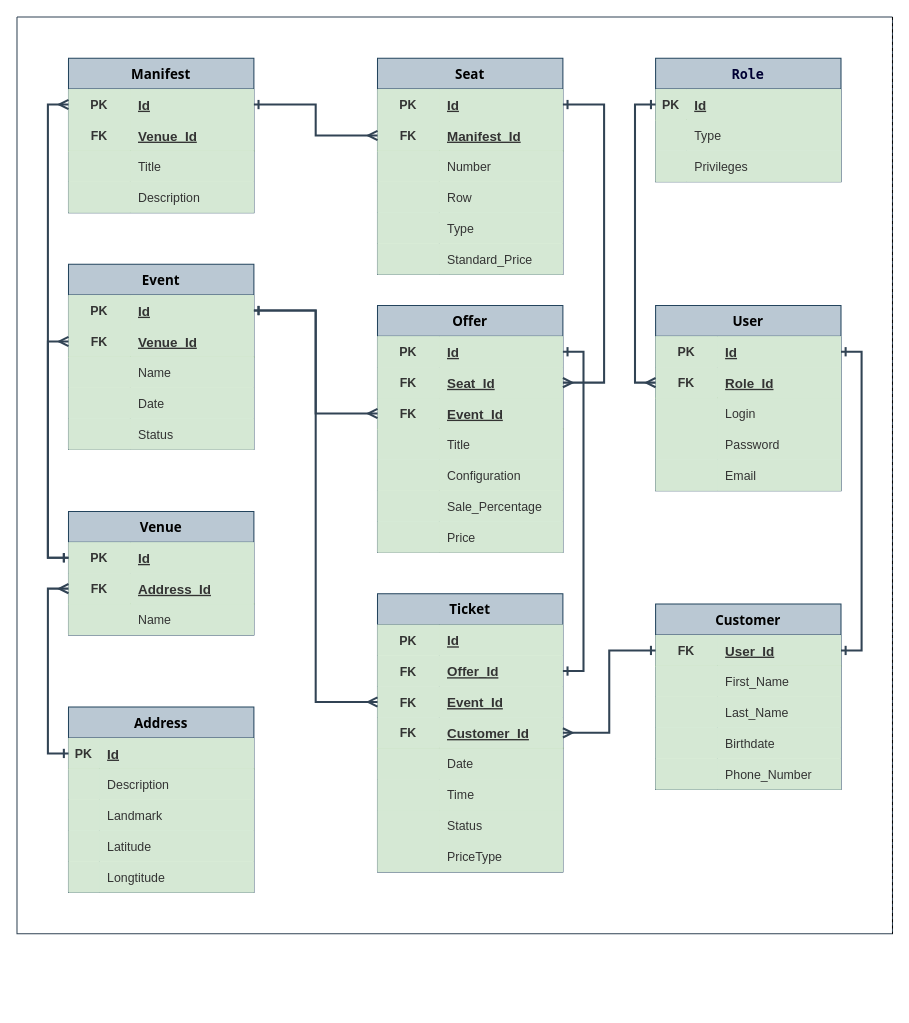
Above: SQL/Ticket_System_ERD.drawio in Mirazyz/.net-intermediate-practice (draw.io), before the change. Source tidied: cells renumbered, new cells numbered last; positions are measured from the earlier drawing's top-left corner, leaving out a move shared by most shapes. Both pictures are drawn from the tidied source at 103%, with x=0, y=0 at pixel (16, 16).
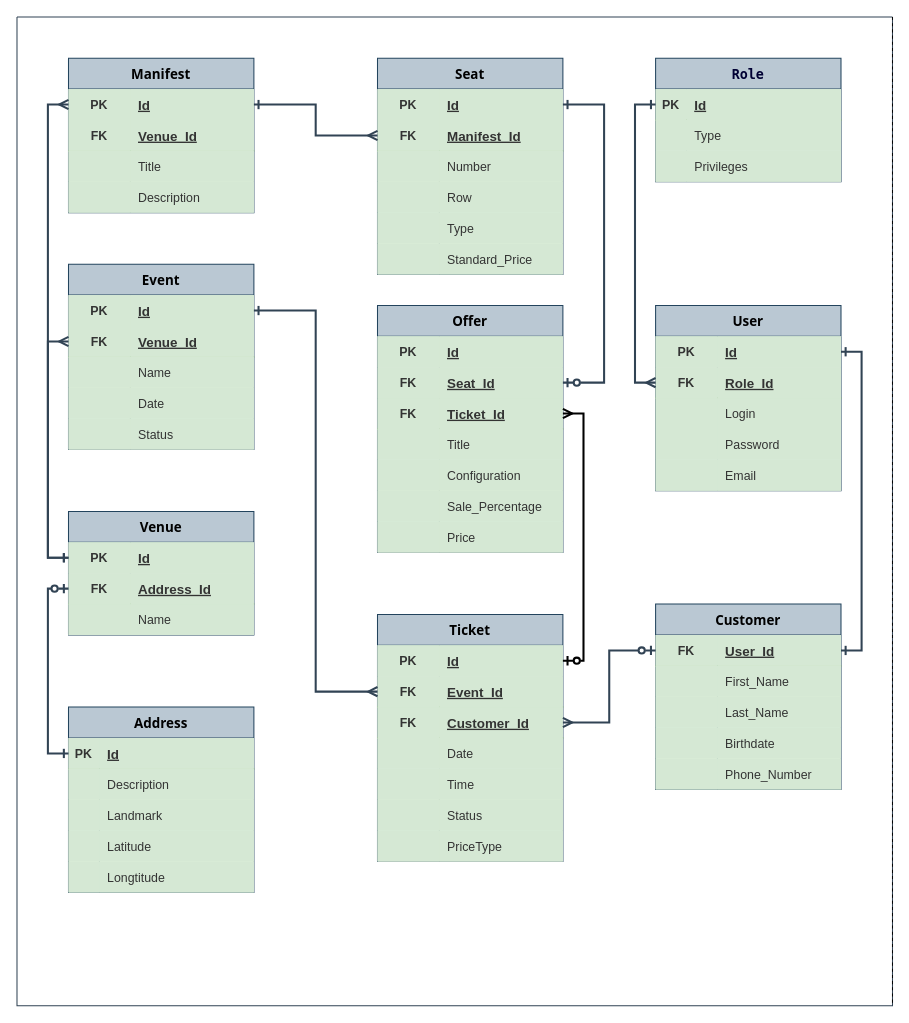
The same page after the edit.

Commit message (it also covers changes not shown here):
update database diagram

Unchanged cells that the change refers to:
```xml
<mxCell id="4" style="shape=tableRow;horizontal=0;startSize=0;swimlaneHead=0;swimlaneBody=0;points=[[0,0.5],[1,0.5]];portConstraint=eastwest;top=0;left=0;right=0;bottom=0;fillColor=#d5e8d4;strokeColor=#82b366;fontColor=#333333;" parent="3" vertex="1">
  <mxGeometry y="30" width="180" height="30" as="geometry" />
</mxCell>
<mxCell id="7" style="shape=tableRow;horizontal=0;startSize=0;swimlaneHead=0;swimlaneBody=0;points=[[0,0.5],[1,0.5]];portConstraint=eastwest;top=0;left=0;right=0;bottom=0;fillColor=#d5e8d4;strokeColor=#82b366;fontColor=#333333;" parent="3" vertex="1">
  <mxGeometry y="60" width="180" height="30" as="geometry" />
</mxCell>
<mxCell id="10" style="shape=tableRow;horizontal=0;startSize=0;swimlaneHead=0;swimlaneBody=0;points=[[0,0.5],[1,0.5]];portConstraint=eastwest;top=0;left=0;right=0;bottom=1;fillColor=#d5e8d4;strokeColor=#82b366;fontColor=#333333;" parent="3" vertex="1">
  <mxGeometry y="90" width="180" height="30" as="geometry" />
</mxCell>
<mxCell id="29" style="shape=tableRow;horizontal=0;startSize=0;swimlaneHead=0;swimlaneBody=0;points=[[0,0.5],[1,0.5]];portConstraint=eastwest;top=0;left=0;right=0;bottom=1;fillColor=#d5e8d4;strokeColor=#82b366;fontColor=#333333;" parent="25" vertex="1">
  <mxGeometry y="60" width="180" height="30" as="geometry" />
</mxCell>
<mxCell id="36" style="shape=tableRow;horizontal=0;startSize=0;swimlaneHead=0;swimlaneBody=0;points=[[0,0.5],[1,0.5]];portConstraint=eastwest;top=0;left=0;right=0;bottom=0;fillColor=#d5e8d4;strokeColor=#82b366;fontColor=#333333;" parent="35" vertex="1">
  <mxGeometry y="30" width="180" height="30" as="geometry" />
</mxCell>
<mxCell id="61" style="shape=tableRow;horizontal=0;startSize=0;swimlaneHead=0;swimlaneBody=0;points=[[0,0.5],[1,0.5]];portConstraint=eastwest;top=0;left=0;right=0;bottom=0;fillColor=#d5e8d4;strokeColor=#82b366;fontColor=#333333;" parent="60" vertex="1">
  <mxGeometry y="30" width="180" height="30" as="geometry" />
</mxCell>
<mxCell id="80" style="shape=tableRow;horizontal=0;startSize=0;swimlaneHead=0;swimlaneBody=0;points=[[0,0.5],[1,0.5]];portConstraint=eastwest;top=0;left=0;right=0;bottom=1;fillColor=#d5e8d4;strokeColor=#82b366;fontColor=#333333;" parent="79" vertex="1">
  <mxGeometry y="30" width="180" height="30" as="geometry" />
</mxCell>
<mxCell id="96" style="shape=tableRow;horizontal=0;startSize=0;swimlaneHead=0;swimlaneBody=0;points=[[0,0.5],[1,0.5]];portConstraint=eastwest;top=0;left=0;right=0;bottom=0;fillColor=#d5e8d4;strokeColor=#82b366;fontColor=#333333;" parent="95" vertex="1">
  <mxGeometry y="30" width="180" height="30" as="geometry" />
</mxCell>
<mxCell id="125" style="shape=tableRow;horizontal=1;startSize=0;swimlaneHead=0;swimlaneBody=0;points=[[0,0.5],[1,0.5]];portConstraint=eastwest;top=0;left=0;right=0;bottom=1;fillColor=#d5e8d4;strokeColor=#82b366;fontColor=#333333;separatorColor=#050505;" parent="124" vertex="1">
  <mxGeometry y="30" width="180" height="30" as="geometry" />
</mxCell>
```

The edit, as a diff of the source:
```diff
@@
     <mxCell id="2" style="swimlane;startSize=0;fillColor=#647687;strokeColor=#314354;fontColor=#ffffff;separatorColor=#050505;" parent="1" vertex="1">
-      <mxGeometry width="850" height="890" as="geometry" />
+      <mxGeometry width="850" height="960" as="geometry" />
     </mxCell>
@@
-    <mxCell id="11" value="FK" style="shape=partialRectangle;top=0;left=0;bottom=0;right=0;fontStyle=1;overflow=hidden;fillColor=#d5e8d4;strokeColor=#82b366;fontColor=#333333;" parent="10" vertex="1">
-      <mxGeometry width="60" height="30" as="geometry" />
-    </mxCell>
-    <mxCell id="12" value="Event_Id" style="shape=partialRectangle;top=0;left=0;bottom=0;right=0;align=left;spacingLeft=6;fontStyle=5;overflow=hidden;fillColor=#d5e8d4;strokeColor=#82b366;fontColor=#333333;fontSize=13;" parent="10" vertex="1">
-      <mxGeometry x="60" width="120" height="30" as="geometry" />
-    </mxCell>
+    <mxCell id="177" value="FK" style="shape=partialRectangle;top=0;left=0;bottom=0;right=0;fontStyle=1;overflow=hidden;fillColor=#d5e8d4;strokeColor=#82b366;fontColor=#333333;" parent="10" vertex="1">
+      <mxGeometry width="60" height="30" as="geometry" />
+    </mxCell>
+    <mxCell id="178" value="Ticket_Id" style="shape=partialRectangle;top=0;left=0;bottom=0;right=0;align=left;spacingLeft=6;fontStyle=5;overflow=hidden;fillColor=#d5e8d4;strokeColor=#82b366;fontColor=#333333;fontSize=13;" parent="10" vertex="1">
+      <mxGeometry x="60" width="120" height="30" as="geometry" />
+    </mxCell>
@@
     <mxCell id="35" value="Ticket" style="shape=table;startSize=30;childLayout=tableLayout;rowLines=0;fontStyle=1;align=center;fillColor=#bac8d3;strokeColor=#23445d;fontFamily=Tahoma;fontSize=13;" parent="2" vertex="1">
-      <mxGeometry x="350" y="560" width="180" height="270" as="geometry" />
+      <mxGeometry x="350" y="580" width="180" height="240" as="geometry" />
     </mxCell>
@@
-    <mxCell id="39" style="shape=tableRow;horizontal=0;startSize=0;swimlaneHead=0;swimlaneBody=0;points=[[0,0.5],[1,0.5]];portConstraint=eastwest;top=0;left=0;right=0;bottom=0;fillColor=#d5e8d4;strokeColor=#82b366;fontColor=#333333;" parent="35" vertex="1">
-      <mxGeometry y="60" width="180" height="30" as="geometry" />
-    </mxCell>
-    <mxCell id="40" value="FK" style="shape=partialRectangle;top=0;left=0;bottom=0;right=0;fontStyle=1;overflow=hidden;fillColor=#d5e8d4;strokeColor=#82b366;fontColor=#333333;" parent="39" vertex="1">
-      <mxGeometry width="60" height="30" as="geometry" />
-    </mxCell>
-    <mxCell id="41" value="Offer_Id" style="shape=partialRectangle;top=0;left=0;bottom=0;right=0;align=left;spacingLeft=6;fontStyle=5;overflow=hidden;fillColor=#d5e8d4;strokeColor=#82b366;fontColor=#333333;fontSize=13;" parent="39" vertex="1">
-      <mxGeometry x="60" width="120" height="30" as="geometry" />
-    </mxCell>
-    <mxCell id="42" style="shape=tableRow;horizontal=0;startSize=0;swimlaneHead=0;swimlaneBody=0;points=[[0,0.5],[1,0.5]];portConstraint=eastwest;top=0;left=0;right=0;bottom=0;fillColor=#d5e8d4;strokeColor=#82b366;fontColor=#333333;" parent="35" vertex="1">
-      <mxGeometry y="90" width="180" height="30" as="geometry" />
-    </mxCell>
-    <mxCell id="43" value="FK" style="shape=partialRectangle;top=0;left=0;bottom=0;right=0;fontStyle=1;overflow=hidden;fillColor=#d5e8d4;strokeColor=#82b366;fontColor=#333333;" parent="42" vertex="1">
-      <mxGeometry width="60" height="30" as="geometry" />
-    </mxCell>
-    <mxCell id="44" value="Event_Id" style="shape=partialRectangle;top=0;left=0;bottom=0;right=0;align=left;spacingLeft=6;fontStyle=5;overflow=hidden;fillColor=#d5e8d4;strokeColor=#82b366;fontColor=#333333;fontSize=13;" parent="42" vertex="1">
-      <mxGeometry x="60" width="120" height="30" as="geometry" />
-    </mxCell>
+    <mxCell id="179" style="shape=tableRow;horizontal=0;startSize=0;swimlaneHead=0;swimlaneBody=0;points=[[0,0.5],[1,0.5]];portConstraint=eastwest;top=0;left=0;right=0;bottom=1;fillColor=#d5e8d4;strokeColor=#82b366;fontColor=#333333;" parent="35" vertex="1">
+      <mxGeometry y="60" width="180" height="30" as="geometry" />
+    </mxCell>
+    <mxCell id="180" value="FK" style="shape=partialRectangle;top=0;left=0;bottom=0;right=0;fontStyle=1;overflow=hidden;fillColor=#d5e8d4;strokeColor=#82b366;fontColor=#333333;" parent="179" vertex="1">
+      <mxGeometry width="60" height="30" as="geometry" />
+    </mxCell>
+    <mxCell id="181" value="Event_Id" style="shape=partialRectangle;top=0;left=0;bottom=0;right=0;align=left;spacingLeft=6;fontStyle=5;overflow=hidden;fillColor=#d5e8d4;strokeColor=#82b366;fontColor=#333333;fontSize=13;" parent="179" vertex="1">
+      <mxGeometry x="60" width="120" height="30" as="geometry" />
+    </mxCell>
     <mxCell id="45" style="shape=tableRow;horizontal=0;startSize=0;swimlaneHead=0;swimlaneBody=0;points=[[0,0.5],[1,0.5]];portConstraint=eastwest;top=0;left=0;right=0;bottom=1;fillColor=#d5e8d4;strokeColor=#82b366;fontColor=#333333;" parent="35" vertex="1">
-      <mxGeometry y="120" width="180" height="30" as="geometry" />
+      <mxGeometry y="90" width="180" height="30" as="geometry" />
     </mxCell>
@@
     <mxCell id="48" style="shape=tableRow;horizontal=0;startSize=0;swimlaneHead=0;swimlaneBody=0;top=0;left=0;right=0;bottom=0;fillColor=#d5e8d4;strokeColor=#82b366;fontColor=#333333;" parent="35" vertex="1">
-      <mxGeometry y="150" width="180" height="30" as="geometry" />
+      <mxGeometry y="120" width="180" height="30" as="geometry" />
     </mxCell>
@@
     <mxCell id="51" style="shape=tableRow;horizontal=0;startSize=0;swimlaneHead=0;swimlaneBody=0;top=0;left=0;right=0;bottom=0;fillColor=#d5e8d4;strokeColor=#82b366;fontColor=#333333;" parent="35" vertex="1">
-      <mxGeometry y="180" width="180" height="30" as="geometry" />
+      <mxGeometry y="150" width="180" height="30" as="geometry" />
     </mxCell>
@@
     <mxCell id="54" style="shape=tableRow;horizontal=0;startSize=0;swimlaneHead=0;swimlaneBody=0;top=0;left=0;right=0;bottom=0;fillColor=#d5e8d4;strokeColor=#82b366;fontColor=#333333;" parent="35" vertex="1">
-      <mxGeometry y="210" width="180" height="30" as="geometry" />
+      <mxGeometry y="180" width="180" height="30" as="geometry" />
     </mxCell>
@@
     <mxCell id="57" style="shape=tableRow;horizontal=0;startSize=0;swimlaneHead=0;swimlaneBody=0;top=0;left=0;right=0;bottom=0;fillColor=#d5e8d4;strokeColor=#82b366;fontColor=#333333;" parent="35" vertex="1">
-      <mxGeometry y="240" width="180" height="30" as="geometry" />
+      <mxGeometry y="210" width="180" height="30" as="geometry" />
     </mxCell>
@@
-    <mxCell id="140" style="edgeStyle=orthogonalEdgeStyle;rounded=0;jettySize=auto;html=1;entryX=0;entryY=0.5;entryDx=0;entryDy=0;startArrow=ERmany;startFill=0;endArrow=ERone;endFill=0;fillColor=#647687;strokeColor=#314354;fontColor=#333333;strokeWidth=2;" parent="2" edge="1" source="29" target="125">
+    <mxCell id="140" style="edgeStyle=orthogonalEdgeStyle;rounded=0;jettySize=auto;html=1;entryX=0;entryY=0.5;entryDx=0;entryDy=0;startArrow=ERzeroToOne;startFill=0;endArrow=ERone;endFill=0;fillColor=#647687;strokeColor=#314354;fontColor=#333333;strokeWidth=2;" parent="2" edge="1" source="29" target="125">
       <mxGeometry relative="1" as="geometry" />
     </mxCell>
@@
-    <mxCell id="144" style="edgeStyle=orthogonalEdgeStyle;rounded=0;jettySize=auto;html=1;entryX=1;entryY=0.5;entryDx=0;entryDy=0;startArrow=ERmany;startFill=0;endArrow=ERone;endFill=0;exitX=1;exitY=0.5;exitDx=0;exitDy=0;fillColor=#647687;strokeColor=#314354;fontColor=#333333;strokeWidth=2;" parent="2" edge="1" source="7" target="61">
+    <mxCell id="144" style="edgeStyle=orthogonalEdgeStyle;rounded=0;jettySize=auto;html=1;entryX=1;entryY=0.5;entryDx=0;entryDy=0;startArrow=ERzeroToOne;startFill=0;endArrow=ERone;endFill=0;exitX=1;exitY=0.5;exitDx=0;exitDy=0;fillColor=#647687;strokeColor=#314354;fontColor=#333333;strokeWidth=2;" parent="2" edge="1" source="7" target="61">
       <mxGeometry relative="1" as="geometry">
         <Array as="points">
           <mxPoint x="570" y="355" />
           <mxPoint x="570" y="85" />
         </Array>
       </mxGeometry>
     </mxCell>
-    <mxCell id="145" style="edgeStyle=orthogonalEdgeStyle;rounded=0;jettySize=auto;html=1;entryX=1;entryY=0.5;entryDx=0;entryDy=0;startArrow=ERmany;startFill=0;endArrow=ERone;endFill=0;fillColor=#647687;strokeColor=#314354;fontColor=#333333;strokeWidth=2;" parent="2" edge="1" source="10" target="96">
-      <mxGeometry relative="1" as="geometry" />
-    </mxCell>
-    <mxCell id="146" style="edgeStyle=orthogonalEdgeStyle;rounded=0;jettySize=auto;html=1;entryX=1;entryY=0.5;entryDx=0;entryDy=0;startArrow=ERmany;startFill=0;endArrow=ERone;endFill=0;exitX=0;exitY=0.5;exitDx=0;exitDy=0;fillColor=#647687;strokeColor=#314354;fontColor=#333333;strokeWidth=2;" parent="2" edge="1" source="42" target="96">
-      <mxGeometry relative="1" as="geometry" />
-    </mxCell>
@@
-    <mxCell id="175" style="edgeStyle=orthogonalEdgeStyle;rounded=0;jettySize=auto;html=1;entryX=1;entryY=0.5;entryDx=0;entryDy=0;startArrow=ERone;startFill=0;endArrow=ERone;endFill=0;exitX=1;exitY=0.5;exitDx=0;exitDy=0;fillColor=#647687;strokeColor=#314354;fontColor=#333333;strokeWidth=2;" parent="2" edge="1" source="39" target="4">
-      <mxGeometry relative="1" as="geometry" />
-    </mxCell>
-    <mxCell id="176" style="edgeStyle=orthogonalEdgeStyle;rounded=0;jettySize=auto;html=1;entryX=0;entryY=0.5;entryDx=0;entryDy=0;startArrow=ERmany;startFill=0;endArrow=ERone;endFill=0;fillColor=#647687;strokeColor=#314354;fontColor=#333333;strokeWidth=2;" parent="2" edge="1" source="45" target="80">
+    <mxCell id="176" style="edgeStyle=orthogonalEdgeStyle;rounded=0;jettySize=auto;html=1;strokeWidth=2;fontFamily=Tahoma;fontSize=13;fontColor=#000033;startArrow=ERmany;startFill=0;endArrow=ERzeroToOne;endFill=0;fillColor=#647687;strokeColor=#314354;" parent="2" edge="1" source="45" target="80">
       <mxGeometry relative="1" as="geometry" />
     </mxCell>
+    <mxCell id="182" style="edgeStyle=orthogonalEdgeStyle;rounded=0;jettySize=auto;html=1;entryX=1;entryY=0.5;entryDx=0;entryDy=0;strokeWidth=2;fontFamily=Tahoma;fontSize=13;fontColor=#000033;startArrow=ERmany;startFill=0;endArrow=ERzeroToOne;endFill=0;exitX=1;exitY=0.5;exitDx=0;exitDy=0;" parent="2" edge="1" source="10" target="36">
+      <mxGeometry relative="1" as="geometry" />
+    </mxCell>
+    <mxCell id="183" style="edgeStyle=orthogonalEdgeStyle;rounded=0;jettySize=auto;html=1;strokeWidth=2;fontFamily=Tahoma;fontSize=13;fontColor=#000033;startArrow=ERmany;startFill=0;endArrow=ERone;endFill=0;fillColor=#647687;strokeColor=#314354;" parent="2" edge="1" source="179" target="96">
+      <mxGeometry relative="1" as="geometry" />
+    </mxCell>
```
